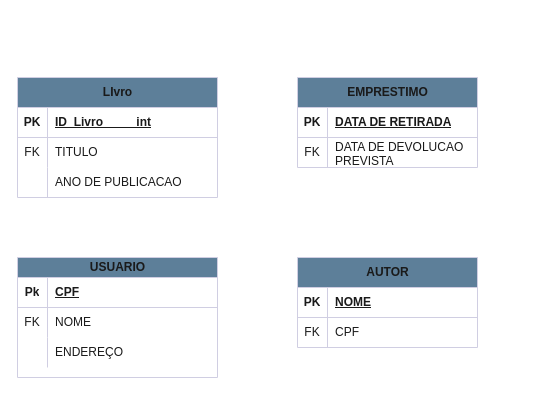
Rhian426/analise_modelagem_sistemas keeps this draw.io diagram as modelo logico.drawio. Above is the earlier version. Source tidied: cells renumbered, new cells numbered last; positions are measured from the earlier drawing's top-left corner, leaving out a move shared by most shapes. Both pictures are drawn from the tidied source at 100%, with x=0, y=0 at pixel (17, 77).
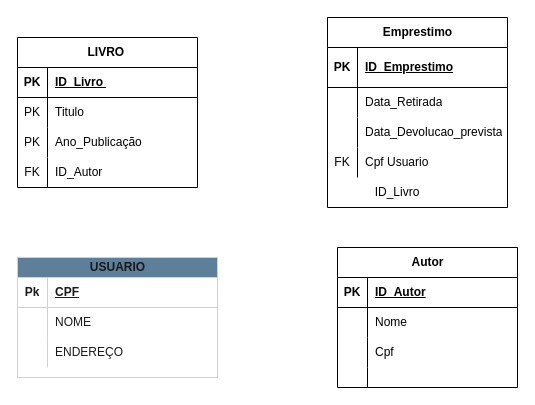
The same page after the edit.

Unchanged cells that the change refers to:
```xml
<mxCell id="16" style="shape=tableRow;horizontal=0;startSize=0;swimlaneHead=0;swimlaneBody=0;fillColor=none;top=0;left=0;right=0;bottom=0;labelBackgroundColor=none;strokeColor=#D0CEE2;fontColor=#1A1A1A;" parent="12" vertex="1">
  <mxGeometry y="50" width="200" height="30" as="geometry" />
</mxCell>
```

Change to the diagram source:
```diff
@@
-    <mxCell id="2" value="LIvro" style="shape=table;startSize=30;childLayout=tableLayout;rowLines=0;fontStyle=1;align=center;html=1;labelBackgroundColor=none;fillColor=#5D7F99;strokeColor=#D0CEE2;fontColor=#1A1A1A;" parent="1" vertex="1">
-      <mxGeometry width="200" height="120" as="geometry" />
-    </mxCell>
-    <mxCell id="3" style="shape=tableRow;horizontal=0;startSize=0;swimlaneHead=0;swimlaneBody=0;fillColor=none;top=0;left=0;right=0;bottom=1;html=1;labelBackgroundColor=none;strokeColor=#D0CEE2;fontColor=#1A1A1A;" parent="2" vertex="1">
-      <mxGeometry y="30" width="200" height="30" as="geometry" />
-    </mxCell>
-    <mxCell id="4" value="PK" style="shape=partialRectangle;fillColor=none;top=0;left=0;bottom=0;right=0;fontStyle=1;overflow=hidden;whiteSpace=wrap;html=1;labelBackgroundColor=none;strokeColor=#D0CEE2;fontColor=#1A1A1A;" parent="3" vertex="1">
-      <mxGeometry width="30" height="30" as="geometry" />
-    </mxCell>
-    <mxCell id="5" value="ID_Livro&amp;nbsp; &amp;nbsp; &amp;nbsp; &amp;nbsp; &amp;nbsp; int" style="shape=partialRectangle;fillColor=none;top=0;left=0;bottom=0;right=0;align=left;spacingLeft=6;fontStyle=5;overflow=hidden;whiteSpace=wrap;html=1;labelBackgroundColor=none;strokeColor=#D0CEE2;fontColor=#1A1A1A;" parent="3" vertex="1">
-      <mxGeometry x="30" width="170" height="30" as="geometry" />
-    </mxCell>
-    <mxCell id="6" style="shape=tableRow;horizontal=0;startSize=0;swimlaneHead=0;swimlaneBody=0;fillColor=none;top=0;left=0;right=0;bottom=0;html=1;labelBackgroundColor=none;strokeColor=#D0CEE2;fontColor=#1A1A1A;" parent="2" vertex="1">
-      <mxGeometry y="60" width="200" height="30" as="geometry" />
-    </mxCell>
-    <mxCell id="7" value="FK" style="shape=partialRectangle;fillColor=none;top=0;left=0;bottom=0;right=0;overflow=hidden;whiteSpace=wrap;html=1;labelBackgroundColor=none;strokeColor=#D0CEE2;fontColor=#1A1A1A;" parent="6" vertex="1">
-      <mxGeometry width="30" height="30" as="geometry" />
-    </mxCell>
-    <mxCell id="8" value="TITULO" style="shape=partialRectangle;fillColor=none;top=0;left=0;bottom=0;right=0;align=left;spacingLeft=6;overflow=hidden;whiteSpace=wrap;html=1;labelBackgroundColor=none;strokeColor=#D0CEE2;fontColor=#1A1A1A;" parent="6" vertex="1">
-      <mxGeometry x="30" width="170" height="30" as="geometry" />
-    </mxCell>
-    <mxCell id="9" style="shape=tableRow;horizontal=0;startSize=0;swimlaneHead=0;swimlaneBody=0;fillColor=none;top=0;left=0;right=0;bottom=0;html=1;labelBackgroundColor=none;strokeColor=#D0CEE2;fontColor=#1A1A1A;" parent="2" vertex="1">
-      <mxGeometry y="90" width="200" height="30" as="geometry" />
-    </mxCell>
-    <mxCell id="10" style="shape=partialRectangle;fillColor=none;top=0;left=0;bottom=0;right=0;overflow=hidden;whiteSpace=wrap;html=1;labelBackgroundColor=none;strokeColor=#D0CEE2;fontColor=#1A1A1A;" parent="9" vertex="1">
-      <mxGeometry width="30" height="30" as="geometry" />
-    </mxCell>
-    <mxCell id="11" value="ANO DE PUBLICACAO" style="shape=partialRectangle;fillColor=none;top=0;left=0;bottom=0;right=0;align=left;spacingLeft=6;overflow=hidden;whiteSpace=wrap;html=1;labelBackgroundColor=none;strokeColor=#D0CEE2;fontColor=#1A1A1A;" parent="9" vertex="1">
-      <mxGeometry x="30" width="170" height="30" as="geometry" />
-    </mxCell>
@@
-    <mxCell id="17" value="FK" style="shape=partialRectangle;fillColor=none;top=0;left=0;bottom=0;right=0;overflow=hidden;whiteSpace=wrap;html=1;labelBackgroundColor=none;strokeColor=#D0CEE2;fontColor=#1A1A1A;" parent="16" vertex="1">
+    <mxCell id="17" style="shape=partialRectangle;fillColor=none;top=0;left=0;bottom=0;right=0;overflow=hidden;whiteSpace=wrap;html=1;labelBackgroundColor=none;strokeColor=#D0CEE2;fontColor=#1A1A1A;" parent="16" vertex="1">
       <mxGeometry width="30" height="30" as="geometry" />
     </mxCell>
@@
-    <mxCell id="22" value="EMPRESTIMO" style="shape=table;startSize=30;childLayout=tableLayout;rowLines=0;fontStyle=1;align=center;html=1;labelBackgroundColor=none;fillColor=#5D7F99;strokeColor=#D0CEE2;fontColor=#1A1A1A;" parent="1" vertex="1">
-      <mxGeometry x="280" width="180" height="90" as="geometry" />
-    </mxCell>
-    <mxCell id="23" style="shape=tableRow;horizontal=0;startSize=0;swimlaneHead=0;swimlaneBody=0;fillColor=none;top=0;left=0;right=0;bottom=1;labelBackgroundColor=none;strokeColor=#D0CEE2;fontColor=#1A1A1A;" parent="22" vertex="1">
-      <mxGeometry y="30" width="180" height="30" as="geometry" />
-    </mxCell>
-    <mxCell id="24" value="PK" style="shape=partialRectangle;fillColor=none;top=0;left=0;bottom=0;right=0;fontStyle=1;overflow=hidden;whiteSpace=wrap;html=1;labelBackgroundColor=none;strokeColor=#D0CEE2;fontColor=#1A1A1A;" parent="23" vertex="1">
-      <mxGeometry width="30" height="30" as="geometry" />
-    </mxCell>
-    <mxCell id="25" value="DATA DE RETIRADA" style="shape=partialRectangle;fillColor=none;top=0;left=0;bottom=0;right=0;align=left;spacingLeft=6;fontStyle=5;overflow=hidden;whiteSpace=wrap;html=1;labelBackgroundColor=none;strokeColor=#D0CEE2;fontColor=#1A1A1A;" parent="23" vertex="1">
-      <mxGeometry x="30" width="150" height="30" as="geometry" />
-    </mxCell>
-    <mxCell id="26" style="shape=tableRow;horizontal=0;startSize=0;swimlaneHead=0;swimlaneBody=0;fillColor=none;top=0;left=0;right=0;bottom=0;labelBackgroundColor=none;strokeColor=#D0CEE2;fontColor=#1A1A1A;" parent="22" vertex="1">
-      <mxGeometry y="60" width="180" height="30" as="geometry" />
-    </mxCell>
-    <mxCell id="27" value="FK" style="shape=partialRectangle;fillColor=none;top=0;left=0;bottom=0;right=0;overflow=hidden;whiteSpace=wrap;html=1;labelBackgroundColor=none;strokeColor=#D0CEE2;fontColor=#1A1A1A;" parent="26" vertex="1">
-      <mxGeometry width="30" height="30" as="geometry" />
-    </mxCell>
-    <mxCell id="28" value="DATA DE DEVOLUCAO PREVISTA" style="shape=partialRectangle;fillColor=none;top=0;left=0;bottom=0;right=0;align=left;spacingLeft=6;overflow=hidden;whiteSpace=wrap;html=1;labelBackgroundColor=none;strokeColor=#D0CEE2;fontColor=#1A1A1A;" parent="26" vertex="1">
-      <mxGeometry x="30" width="150" height="30" as="geometry" />
-    </mxCell>
-    <mxCell id="29" value="AUTOR" style="shape=table;startSize=30;childLayout=tableLayout;rowLines=0;fontStyle=1;align=center;html=1;labelBackgroundColor=none;fillColor=#5D7F99;strokeColor=#D0CEE2;fontColor=#1A1A1A;" parent="1" vertex="1">
-      <mxGeometry x="280" y="180" width="180" height="90" as="geometry" />
-    </mxCell>
-    <mxCell id="30" style="shape=tableRow;horizontal=0;startSize=0;swimlaneHead=0;swimlaneBody=0;fillColor=none;top=0;left=0;right=0;bottom=1;labelBackgroundColor=none;strokeColor=#D0CEE2;fontColor=#1A1A1A;" parent="29" vertex="1">
-      <mxGeometry y="30" width="180" height="30" as="geometry" />
-    </mxCell>
-    <mxCell id="31" value="PK" style="shape=partialRectangle;fillColor=none;top=0;left=0;bottom=0;right=0;fontStyle=1;overflow=hidden;whiteSpace=wrap;html=1;labelBackgroundColor=none;strokeColor=#D0CEE2;fontColor=#1A1A1A;" parent="30" vertex="1">
-      <mxGeometry width="30" height="30" as="geometry" />
-    </mxCell>
-    <mxCell id="32" value="NOME" style="shape=partialRectangle;fillColor=none;top=0;left=0;bottom=0;right=0;align=left;spacingLeft=6;fontStyle=5;overflow=hidden;whiteSpace=wrap;html=1;labelBackgroundColor=none;strokeColor=#D0CEE2;fontColor=#1A1A1A;" parent="30" vertex="1">
-      <mxGeometry x="30" width="150" height="30" as="geometry" />
-    </mxCell>
-    <mxCell id="33" style="shape=tableRow;horizontal=0;startSize=0;swimlaneHead=0;swimlaneBody=0;fillColor=none;top=0;left=0;right=0;bottom=0;labelBackgroundColor=none;strokeColor=#D0CEE2;fontColor=#1A1A1A;" parent="29" vertex="1">
-      <mxGeometry y="60" width="180" height="30" as="geometry" />
-    </mxCell>
-    <mxCell id="34" value="FK" style="shape=partialRectangle;fillColor=none;top=0;left=0;bottom=0;right=0;overflow=hidden;whiteSpace=wrap;html=1;labelBackgroundColor=none;strokeColor=#D0CEE2;fontColor=#1A1A1A;" parent="33" vertex="1">
-      <mxGeometry width="30" height="30" as="geometry" />
-    </mxCell>
-    <mxCell id="35" value="CPF" style="shape=partialRectangle;fillColor=none;top=0;left=0;bottom=0;right=0;align=left;spacingLeft=6;overflow=hidden;whiteSpace=wrap;html=1;labelBackgroundColor=none;strokeColor=#D0CEE2;fontColor=#1A1A1A;" parent="33" vertex="1">
-      <mxGeometry x="30" width="150" height="30" as="geometry" />
-    </mxCell>
+    <mxCell id="36" value="LIVRO&amp;nbsp;" style="shape=table;startSize=30;childLayout=tableLayout;rowLines=0;fontStyle=1;align=center;html=1;" parent="1" vertex="1">
+      <mxGeometry y="-40" width="180" height="150" as="geometry" />
+    </mxCell>
+    <mxCell id="37" style="shape=tableRow;horizontal=0;startSize=0;swimlaneHead=0;swimlaneBody=0;fillColor=none;top=0;left=0;right=0;bottom=1;" parent="36" vertex="1">
+      <mxGeometry y="30" width="180" height="30" as="geometry" />
+    </mxCell>
+    <mxCell id="38" value="PK" style="shape=partialRectangle;fillColor=none;top=0;left=0;bottom=0;right=0;fontStyle=1;overflow=hidden;whiteSpace=wrap;html=1;" parent="37" vertex="1">
+      <mxGeometry width="30" height="30" as="geometry" />
+    </mxCell>
+    <mxCell id="39" value="ID_Livro&amp;nbsp;" style="shape=partialRectangle;fillColor=none;top=0;left=0;bottom=0;right=0;align=left;spacingLeft=6;fontStyle=5;overflow=hidden;whiteSpace=wrap;html=1;" parent="37" vertex="1">
+      <mxGeometry x="30" width="150" height="30" as="geometry" />
+    </mxCell>
+    <mxCell id="40" style="shape=tableRow;horizontal=0;startSize=0;swimlaneHead=0;swimlaneBody=0;fillColor=none;top=0;left=0;right=0;bottom=0;" parent="36" vertex="1">
+      <mxGeometry y="60" width="180" height="30" as="geometry" />
+    </mxCell>
+    <mxCell id="41" value="PK" style="shape=partialRectangle;fillColor=none;top=0;left=0;bottom=0;right=0;overflow=hidden;whiteSpace=wrap;html=1;" parent="40" vertex="1">
+      <mxGeometry width="30" height="30" as="geometry" />
+    </mxCell>
+    <mxCell id="42" value="Titulo" style="shape=partialRectangle;fillColor=none;top=0;left=0;bottom=0;right=0;align=left;spacingLeft=6;overflow=hidden;whiteSpace=wrap;html=1;" parent="40" vertex="1">
+      <mxGeometry x="30" width="150" height="30" as="geometry" />
+    </mxCell>
+    <mxCell id="43" style="shape=tableRow;horizontal=0;startSize=0;swimlaneHead=0;swimlaneBody=0;fillColor=none;top=0;left=0;right=0;bottom=0;" parent="36" vertex="1">
+      <mxGeometry y="90" width="180" height="30" as="geometry" />
+    </mxCell>
+    <mxCell id="44" value="PK" style="shape=partialRectangle;fillColor=none;top=0;left=0;bottom=0;right=0;overflow=hidden;whiteSpace=wrap;html=1;" parent="43" vertex="1">
+      <mxGeometry width="30" height="30" as="geometry" />
+    </mxCell>
+    <mxCell id="45" value="Ano_Publicação" style="shape=partialRectangle;fillColor=none;top=0;left=0;bottom=0;right=0;align=left;spacingLeft=6;overflow=hidden;whiteSpace=wrap;html=1;" parent="43" vertex="1">
+      <mxGeometry x="30" width="150" height="30" as="geometry" />
+    </mxCell>
+    <mxCell id="46" style="shape=tableRow;horizontal=0;startSize=0;swimlaneHead=0;swimlaneBody=0;fillColor=none;top=0;left=0;right=0;bottom=0;" parent="36" vertex="1">
+      <mxGeometry y="120" width="180" height="30" as="geometry" />
+    </mxCell>
+    <mxCell id="47" value="FK" style="shape=partialRectangle;fillColor=none;top=0;left=0;bottom=0;right=0;overflow=hidden;whiteSpace=wrap;html=1;" parent="46" vertex="1">
+      <mxGeometry width="30" height="30" as="geometry" />
+    </mxCell>
+    <mxCell id="48" value="ID_Autor" style="shape=partialRectangle;fillColor=none;top=0;left=0;bottom=0;right=0;align=left;spacingLeft=6;overflow=hidden;whiteSpace=wrap;html=1;" parent="46" vertex="1">
+      <mxGeometry x="30" width="150" height="30" as="geometry" />
+    </mxCell>
+    <mxCell id="49" value="Autor" style="shape=table;startSize=30;childLayout=tableLayout;rowLines=0;fontStyle=1;align=center;html=1;" parent="1" vertex="1">
+      <mxGeometry x="320" y="170" width="180" height="140" as="geometry" />
+    </mxCell>
+    <mxCell id="50" style="shape=tableRow;horizontal=0;startSize=0;swimlaneHead=0;swimlaneBody=0;fillColor=none;top=0;left=0;right=0;bottom=1;" parent="49" vertex="1">
+      <mxGeometry y="30" width="180" height="30" as="geometry" />
+    </mxCell>
+    <mxCell id="51" value="PK" style="shape=partialRectangle;fillColor=none;top=0;left=0;bottom=0;right=0;fontStyle=1;overflow=hidden;whiteSpace=wrap;html=1;" parent="50" vertex="1">
+      <mxGeometry width="30" height="30" as="geometry" />
+    </mxCell>
+    <mxCell id="52" value="ID_Autor" style="shape=partialRectangle;fillColor=none;top=0;left=0;bottom=0;right=0;align=left;spacingLeft=6;fontStyle=5;overflow=hidden;whiteSpace=wrap;html=1;" parent="50" vertex="1">
+      <mxGeometry x="30" width="150" height="30" as="geometry" />
+    </mxCell>
+    <mxCell id="53" style="shape=tableRow;horizontal=0;startSize=0;swimlaneHead=0;swimlaneBody=0;fillColor=none;top=0;left=0;right=0;bottom=0;" parent="49" vertex="1">
+      <mxGeometry y="60" width="180" height="30" as="geometry" />
+    </mxCell>
+    <mxCell id="54" style="shape=partialRectangle;fillColor=none;top=0;left=0;bottom=0;right=0;overflow=hidden;whiteSpace=wrap;html=1;" parent="53" vertex="1">
+      <mxGeometry width="30" height="30" as="geometry" />
+    </mxCell>
+    <mxCell id="55" value="Nome" style="shape=partialRectangle;fillColor=none;top=0;left=0;bottom=0;right=0;align=left;spacingLeft=6;overflow=hidden;whiteSpace=wrap;html=1;" parent="53" vertex="1">
+      <mxGeometry x="30" width="150" height="30" as="geometry" />
+    </mxCell>
+    <mxCell id="56" style="shape=tableRow;horizontal=0;startSize=0;swimlaneHead=0;swimlaneBody=0;fillColor=none;top=0;left=0;right=0;bottom=0;" parent="49" vertex="1">
+      <mxGeometry y="90" width="180" height="30" as="geometry" />
+    </mxCell>
+    <mxCell id="57" style="shape=partialRectangle;fillColor=none;top=0;left=0;bottom=0;right=0;overflow=hidden;whiteSpace=wrap;html=1;" parent="56" vertex="1">
+      <mxGeometry width="30" height="30" as="geometry" />
+    </mxCell>
+    <mxCell id="58" value="Cpf" style="shape=partialRectangle;fillColor=none;top=0;left=0;bottom=0;right=0;align=left;spacingLeft=6;overflow=hidden;whiteSpace=wrap;html=1;" parent="56" vertex="1">
+      <mxGeometry x="30" width="150" height="30" as="geometry" />
+    </mxCell>
+    <mxCell id="59" style="shape=tableRow;horizontal=0;startSize=0;swimlaneHead=0;swimlaneBody=0;fillColor=none;top=0;left=0;right=0;bottom=0;" parent="49" vertex="1">
+      <mxGeometry y="120" width="180" height="20" as="geometry" />
+    </mxCell>
+    <mxCell id="60" style="shape=partialRectangle;fillColor=none;top=0;left=0;bottom=0;right=0;overflow=hidden;whiteSpace=wrap;html=1;" parent="59" vertex="1">
+      <mxGeometry width="30" height="20" as="geometry" />
+    </mxCell>
+    <mxCell id="61" style="shape=partialRectangle;fillColor=none;top=0;left=0;bottom=0;right=0;align=left;spacingLeft=6;overflow=hidden;whiteSpace=wrap;html=1;" parent="59" vertex="1">
+      <mxGeometry x="30" width="150" height="20" as="geometry" />
+    </mxCell>
+    <mxCell id="62" value="Emprestimo" style="shape=table;startSize=30;childLayout=tableLayout;rowLines=0;fontStyle=1;align=center;html=1;" parent="1" vertex="1">
+      <mxGeometry x="310" y="-60" width="180" height="190" as="geometry" />
+    </mxCell>
+    <mxCell id="63" style="shape=tableRow;horizontal=0;startSize=0;swimlaneHead=0;swimlaneBody=0;fillColor=none;top=0;left=0;right=0;bottom=1;" parent="62" vertex="1">
+      <mxGeometry y="30" width="180" height="40" as="geometry" />
+    </mxCell>
+    <mxCell id="64" value="PK" style="shape=partialRectangle;fillColor=none;top=0;left=0;bottom=0;right=0;fontStyle=1;overflow=hidden;whiteSpace=wrap;html=1;" parent="63" vertex="1">
+      <mxGeometry width="30" height="40" as="geometry" />
+    </mxCell>
+    <mxCell id="65" value="ID_Emprestimo" style="shape=partialRectangle;fillColor=none;top=0;left=0;bottom=0;right=0;align=left;spacingLeft=6;fontStyle=5;overflow=hidden;whiteSpace=wrap;html=1;" parent="63" vertex="1">
+      <mxGeometry x="30" width="150" height="40" as="geometry" />
+    </mxCell>
+    <mxCell id="66" style="shape=tableRow;horizontal=0;startSize=0;swimlaneHead=0;swimlaneBody=0;fillColor=none;top=0;left=0;right=0;bottom=0;" parent="62" vertex="1">
+      <mxGeometry y="70" width="180" height="30" as="geometry" />
+    </mxCell>
+    <mxCell id="67" style="shape=partialRectangle;fillColor=none;top=0;left=0;bottom=0;right=0;overflow=hidden;whiteSpace=wrap;html=1;" parent="66" vertex="1">
+      <mxGeometry width="30" height="30" as="geometry" />
+    </mxCell>
+    <mxCell id="68" value="Data_Retirada" style="shape=partialRectangle;fillColor=none;top=0;left=0;bottom=0;right=0;align=left;spacingLeft=6;overflow=hidden;whiteSpace=wrap;html=1;" parent="66" vertex="1">
+      <mxGeometry x="30" width="150" height="30" as="geometry" />
+    </mxCell>
+    <mxCell id="69" style="shape=tableRow;horizontal=0;startSize=0;swimlaneHead=0;swimlaneBody=0;fillColor=none;top=0;left=0;right=0;bottom=0;" parent="62" vertex="1">
+      <mxGeometry y="100" width="180" height="30" as="geometry" />
+    </mxCell>
+    <mxCell id="70" style="shape=partialRectangle;fillColor=none;top=0;left=0;bottom=0;right=0;overflow=hidden;whiteSpace=wrap;html=1;" parent="69" vertex="1">
+      <mxGeometry width="30" height="30" as="geometry" />
+    </mxCell>
+    <mxCell id="71" value="Data_Devolucao_prevista" style="shape=partialRectangle;fillColor=none;top=0;left=0;bottom=0;right=0;align=left;spacingLeft=6;overflow=hidden;whiteSpace=wrap;html=1;" parent="69" vertex="1">
+      <mxGeometry x="30" width="150" height="30" as="geometry" />
+    </mxCell>
+    <mxCell id="72" style="shape=tableRow;horizontal=0;startSize=0;swimlaneHead=0;swimlaneBody=0;fillColor=none;top=0;left=0;right=0;bottom=0;" parent="62" vertex="1">
+      <mxGeometry y="130" width="180" height="30" as="geometry" />
+    </mxCell>
+    <mxCell id="73" value="FK" style="shape=partialRectangle;fillColor=none;top=0;left=0;bottom=0;right=0;overflow=hidden;whiteSpace=wrap;html=1;" parent="72" vertex="1">
+      <mxGeometry width="30" height="30" as="geometry" />
+    </mxCell>
+    <mxCell id="74" value="Cpf Usuario" style="shape=partialRectangle;fillColor=none;top=0;left=0;bottom=0;right=0;align=left;spacingLeft=6;overflow=hidden;whiteSpace=wrap;html=1;" parent="72" vertex="1">
+      <mxGeometry x="30" width="150" height="30" as="geometry" />
+    </mxCell>
+    <mxCell id="75" value="ID_Livro" style="text;html=1;whiteSpace=wrap;strokeColor=none;fillColor=none;align=center;verticalAlign=middle;rounded=0;" parent="1" vertex="1">
+      <mxGeometry x="350" y="100" width="60" height="30" as="geometry" />
+    </mxCell>
```
